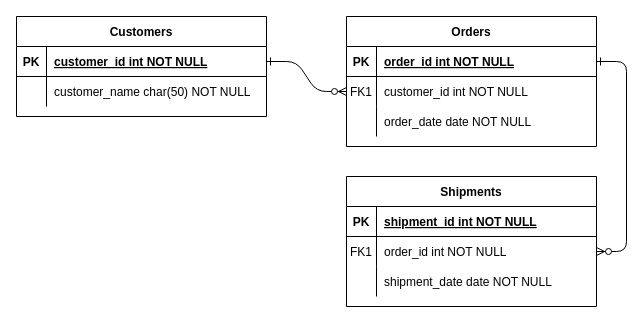
The draw.io diagram SimpleCameraApp.drawio in shintwelv/SimpleCameraFilterApp, before the edit. Source tidied: cells renumbered, new cells numbered last; positions are measured from the earlier drawing's top-left corner, leaving out a move shared by most shapes. Both pictures are drawn from the tidied source at 100%, with x=0, y=0 at pixel (16, 16).
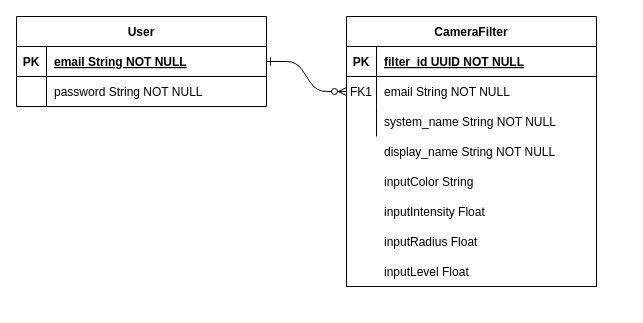
The same diagram, later.

The change refers to these unchanged cells:
```xml
<mxCell id="5" style="shape=partialRectangle;fillColor=none;points=[[0,0.5],[1,0.5]];portConstraint=eastwest;top=0;left=0;right=0;bottom=1;" parent="4" vertex="1">
  <mxGeometry y="30" width="250" height="30" as="geometry" />
</mxCell>
<mxCell id="8" style="shape=partialRectangle;fillColor=none;points=[[0,0.5],[1,0.5]];portConstraint=eastwest;top=0;left=0;right=0;bottom=0;" parent="4" vertex="1">
  <mxGeometry y="60" width="250" height="30" as="geometry" />
</mxCell>
<mxCell id="11" style="shape=partialRectangle;fillColor=none;top=0;left=0;right=0;bottom=0;" parent="4" vertex="1">
  <mxGeometry y="90" width="250" height="30" as="geometry" />
</mxCell>
<mxCell id="25" style="shape=partialRectangle;fillColor=none;points=[[0,0.5],[1,0.5]];portConstraint=eastwest;top=0;left=0;right=0;bottom=1;" parent="24" vertex="1">
  <mxGeometry y="30" width="250" height="30" as="geometry" />
</mxCell>
<mxCell id="28" style="shape=partialRectangle;fillColor=none;top=0;left=0;right=0;bottom=0;" parent="24" vertex="1">
  <mxGeometry y="60" width="250" height="30" as="geometry" />
</mxCell>
```

What changed in the source:
```diff
@@
-    <mxCell id="3" style="edgeStyle=entityRelationEdgeStyle;endArrow=ERzeroToMany;startArrow=ERone;endFill=1;startFill=0;" parent="1" edge="1" source="5" target="18">
-      <mxGeometry relative="1" as="geometry" />
-    </mxCell>
-    <mxCell id="4" value="Orders" style="shape=table;startSize=30;childLayout=tableLayout;rowLines=0;fontStyle=1;align=center;" parent="1" vertex="1">
-      <mxGeometry x="330" width="250" height="130" as="geometry" />
+    <mxCell id="4" value="CameraFilter" style="shape=table;startSize=30;childLayout=tableLayout;rowLines=0;fontStyle=1;align=center;" parent="1" vertex="1">
+      <mxGeometry x="330" width="250" height="270" as="geometry" />
     </mxCell>
@@
-    <mxCell id="7" value="order_id int NOT NULL " style="shape=partialRectangle;overflow=hidden;fillColor=none;top=0;left=0;bottom=0;right=0;align=left;spacingLeft=6;fontStyle=5;" parent="5" vertex="1">
+    <mxCell id="7" value="filter_id UUID NOT NULL " style="shape=partialRectangle;overflow=hidden;fillColor=none;top=0;left=0;bottom=0;right=0;align=left;spacingLeft=6;fontStyle=5;" parent="5" vertex="1">
       <mxGeometry x="30" width="220" height="30" as="geometry" />
     </mxCell>
@@
-    <mxCell id="10" value="customer_id int NOT NULL" style="shape=partialRectangle;overflow=hidden;fillColor=none;top=0;left=0;bottom=0;right=0;align=left;spacingLeft=6;" parent="8" vertex="1">
+    <mxCell id="10" value="email String NOT NULL" style="shape=partialRectangle;overflow=hidden;fillColor=none;top=0;left=0;bottom=0;right=0;align=left;spacingLeft=6;" parent="8" vertex="1">
       <mxGeometry x="30" width="220" height="30" as="geometry" />
     </mxCell>
@@
-    <mxCell id="13" value="order_date date NOT NULL" style="shape=partialRectangle;overflow=hidden;fillColor=none;top=0;left=0;bottom=0;right=0;align=left;spacingLeft=6;" parent="11" vertex="1">
+    <mxCell id="13" value="system_name String NOT NULL" style="shape=partialRectangle;overflow=hidden;fillColor=none;top=0;left=0;bottom=0;right=0;align=left;spacingLeft=6;" parent="11" vertex="1">
       <mxGeometry x="30" width="220" height="30" as="geometry" />
     </mxCell>
-    <mxCell id="14" value="Shipments" style="shape=table;startSize=30;childLayout=tableLayout;rowLines=0;fontStyle=1;align=center;" parent="1" vertex="1">
-      <mxGeometry x="330" y="160" width="250" height="130" as="geometry" />
-    </mxCell>
-    <mxCell id="15" style="shape=partialRectangle;fillColor=none;top=0;left=0;right=0;bottom=1;" parent="14" vertex="1">
-      <mxGeometry y="30" width="250" height="30" as="geometry" />
-    </mxCell>
-    <mxCell id="16" value="PK" style="shape=partialRectangle;overflow=hidden;fillColor=none;top=0;left=0;bottom=0;right=0;fontStyle=1;" parent="15" vertex="1">
-      <mxGeometry width="30" height="30" as="geometry" />
-    </mxCell>
-    <mxCell id="17" value="shipment_id int NOT NULL " style="shape=partialRectangle;overflow=hidden;fillColor=none;top=0;left=0;bottom=0;right=0;align=left;spacingLeft=6;fontStyle=5;" parent="15" vertex="1">
-      <mxGeometry x="30" width="220" height="30" as="geometry" />
-    </mxCell>
-    <mxCell id="18" style="shape=partialRectangle;fillColor=none;points=[[0,0.5],[1,0.5]];portConstraint=eastwest;top=0;left=0;right=0;bottom=0;" parent="14" vertex="1">
-      <mxGeometry y="60" width="250" height="30" as="geometry" />
-    </mxCell>
-    <mxCell id="19" value="FK1" style="shape=partialRectangle;overflow=hidden;fillColor=none;top=0;left=0;bottom=0;right=0;" parent="18" vertex="1">
-      <mxGeometry width="30" height="30" as="geometry" />
-    </mxCell>
-    <mxCell id="20" value="order_id int NOT NULL" style="shape=partialRectangle;overflow=hidden;fillColor=none;top=0;left=0;bottom=0;right=0;align=left;spacingLeft=6;" parent="18" vertex="1">
-      <mxGeometry x="30" width="220" height="30" as="geometry" />
-    </mxCell>
-    <mxCell id="21" style="shape=partialRectangle;fillColor=none;top=0;left=0;right=0;bottom=0;" parent="14" vertex="1">
-      <mxGeometry y="90" width="250" height="30" as="geometry" />
-    </mxCell>
-    <mxCell id="22" style="shape=partialRectangle;overflow=hidden;fillColor=none;top=0;left=0;bottom=0;right=0;" parent="21" vertex="1">
-      <mxGeometry width="30" height="30" as="geometry" />
-    </mxCell>
-    <mxCell id="23" value="shipment_date date NOT NULL" style="shape=partialRectangle;overflow=hidden;fillColor=none;top=0;left=0;bottom=0;right=0;align=left;spacingLeft=6;" parent="21" vertex="1">
-      <mxGeometry x="30" width="220" height="30" as="geometry" />
-    </mxCell>
-    <mxCell id="24" value="Customers" style="shape=table;startSize=30;childLayout=tableLayout;rowLines=0;fontStyle=1;align=center;" parent="1" vertex="1">
-      <mxGeometry width="250" height="100" as="geometry" />
+    <mxCell id="24" value="User" style="shape=table;startSize=30;childLayout=tableLayout;rowLines=0;fontStyle=1;align=center;" parent="1" vertex="1">
+      <mxGeometry width="250" height="90" as="geometry" />
     </mxCell>
@@
-    <mxCell id="27" value="customer_id int NOT NULL " style="shape=partialRectangle;overflow=hidden;fillColor=none;top=0;left=0;bottom=0;right=0;align=left;spacingLeft=6;fontStyle=5;" parent="25" vertex="1">
+    <mxCell id="27" value="email String NOT NULL " style="shape=partialRectangle;overflow=hidden;fillColor=none;top=0;left=0;bottom=0;right=0;align=left;spacingLeft=6;fontStyle=5;" parent="25" vertex="1">
       <mxGeometry x="30" width="220" height="30" as="geometry" />
     </mxCell>
@@
-    <mxCell id="30" value="customer_name char(50) NOT NULL" style="shape=partialRectangle;overflow=hidden;fillColor=none;top=0;left=0;bottom=0;right=0;align=left;spacingLeft=6;" parent="28" vertex="1">
+    <mxCell id="30" value="password String NOT NULL" style="shape=partialRectangle;overflow=hidden;fillColor=none;top=0;left=0;bottom=0;right=0;align=left;spacingLeft=6;" parent="28" vertex="1">
       <mxGeometry x="30" width="220" height="30" as="geometry" />
     </mxCell>
+    <mxCell id="31" style="shape=partialRectangle;overflow=hidden;fillColor=none;top=0;left=0;bottom=0;right=0;" parent="1" vertex="1">
+      <mxGeometry x="330" y="110" width="30" height="30" as="geometry" />
+    </mxCell>
+    <mxCell id="32" value="display_name String NOT NULL" style="shape=partialRectangle;overflow=hidden;fillColor=none;top=0;left=0;bottom=0;right=0;align=left;spacingLeft=6;" parent="1" vertex="1">
+      <mxGeometry x="360" y="120" width="220" height="30" as="geometry" />
+    </mxCell>
+    <mxCell id="33" value="inputColor String" style="shape=partialRectangle;overflow=hidden;fillColor=none;top=0;left=0;bottom=0;right=0;align=left;spacingLeft=6;" parent="1" vertex="1">
+      <mxGeometry x="360" y="150" width="220" height="30" as="geometry" />
+    </mxCell>
+    <mxCell id="34" value="inputIntensity Float" style="shape=partialRectangle;overflow=hidden;fillColor=none;top=0;left=0;bottom=0;right=0;align=left;spacingLeft=6;" parent="1" vertex="1">
+      <mxGeometry x="360" y="180" width="220" height="30" as="geometry" />
+    </mxCell>
+    <mxCell id="35" value="inputRadius Float" style="shape=partialRectangle;overflow=hidden;fillColor=none;top=0;left=0;bottom=0;right=0;align=left;spacingLeft=6;" parent="1" vertex="1">
+      <mxGeometry x="360" y="210" width="220" height="30" as="geometry" />
+    </mxCell>
+    <mxCell id="36" value="inputLevel Float" style="shape=partialRectangle;overflow=hidden;fillColor=none;top=0;left=0;bottom=0;right=0;align=left;spacingLeft=6;" parent="1" vertex="1">
+      <mxGeometry x="360" y="240" width="220" height="30" as="geometry" />
+    </mxCell>
```
